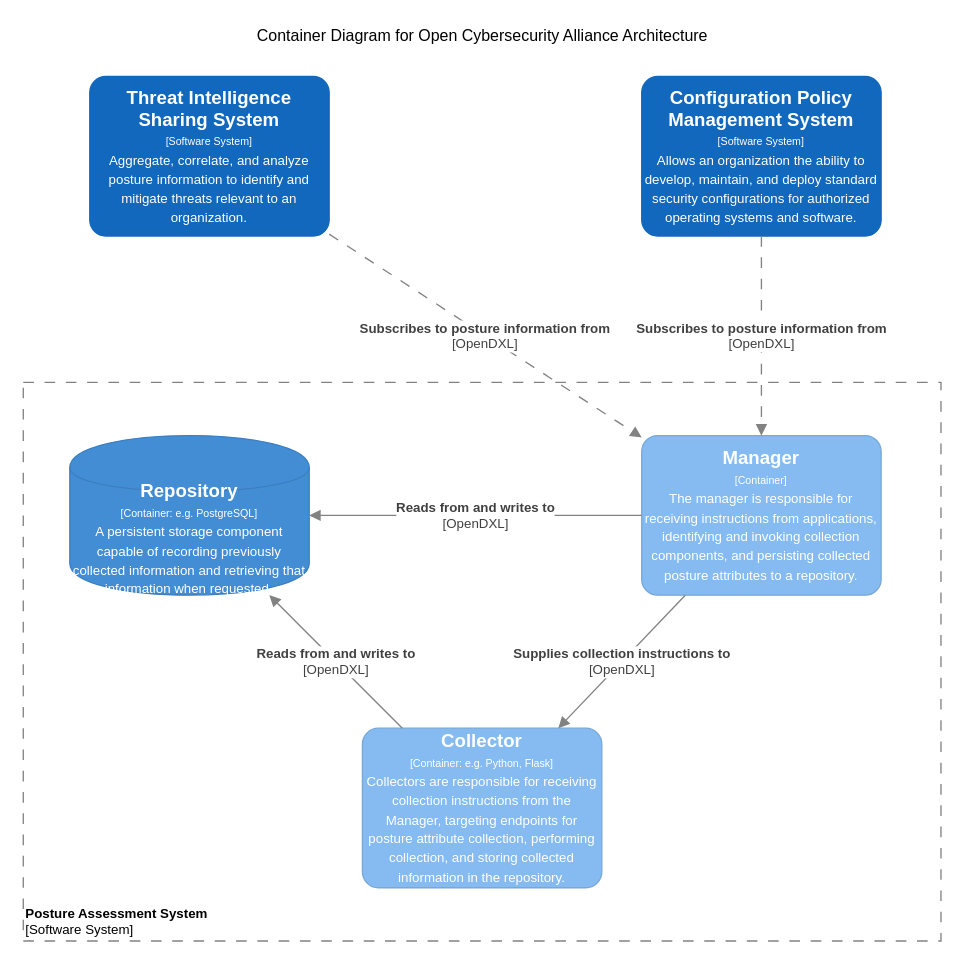
Earlier version of the draw.io diagram Architecture Documents/scap-container.drawio (opencybersecurityalliance/documentation). Source tidied: cells renumbered, new cells numbered last; positions are measured from the earlier drawing's top-left corner, leaving out a move shared by most shapes. Both pictures are drawn from the tidied source at 133%, with x=0, y=0 at pixel (23, 23).
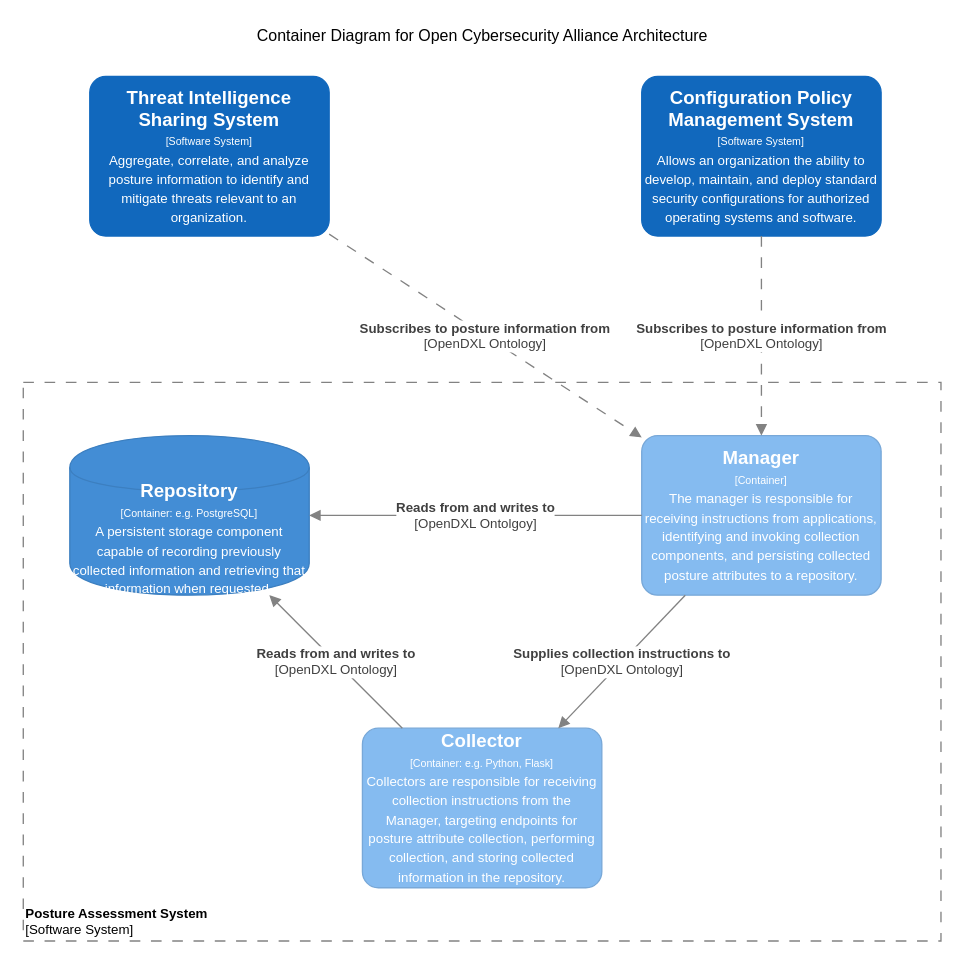
The same diagram, later.

Commit message (it also covers changes not shown here):
OpenDXL to OpenDXL Ontology

Change to the diagram source:
```diff
@@
 <mxGraphModel>
   <root>
     <mxCell id="0" />
     <mxCell id="1" parent="0" />
     <mxCell id="2" value="&lt;font style=&quot;font-size: 10px&quot;&gt;&lt;b&gt;Posture Assessment System&lt;/b&gt;&lt;br style=&quot;font-size: 10px&quot;&gt;[Software System]&lt;/font&gt;" style="rounded=0;whiteSpace=wrap;html=1;strokeColor=#828282;fillColor=none;fontColor=#000000;align=left;labelPosition=center;verticalLabelPosition=middle;verticalAlign=bottom;dashed=1;strokeWidth=1;perimeterSpacing=0;spacing=2;spacingTop=0;fontSize=10;dashPattern=8 8;" parent="1" vertex="1">
       <mxGeometry y="270" width="690" height="420" as="geometry" />
     </mxCell>
     <mxCell id="3" value="&lt;div&gt;&lt;span style=&quot;font-size: 14px&quot;&gt;&lt;b&gt;Manager&lt;/b&gt;&lt;/span&gt;&lt;/div&gt;&lt;div&gt;&lt;span style=&quot;font-size: 8px&quot;&gt;[Container]&lt;/span&gt;&lt;/div&gt;&lt;div&gt;&lt;font size=&quot;1&quot;&gt;The manager is responsible for receiving instructions from applications, identifying and invoking collection components, and persisting collected posture attributes to a repository.&lt;/font&gt;&lt;/div&gt;" style="rounded=1;whiteSpace=wrap;html=1;fillColor=#85BBF0;fontColor=#ffffff;strokeColor=#78A8D8;arcSize=10;" parent="1" vertex="1">
       <mxGeometry x="465" y="310" width="180" height="120" as="geometry" />
     </mxCell>
     <object id="4" label="&lt;div&gt;&lt;span style=&quot;font-size: 14px&quot;&gt;&lt;b&gt;Collector&lt;/b&gt;&lt;/span&gt;&lt;/div&gt;&lt;div&gt;&lt;span style=&quot;font-size: 8px&quot;&gt;[Container: %technology%]&lt;/span&gt;&lt;br&gt;&lt;/div&gt;&lt;div&gt;&lt;span style=&quot;font-size: x-small&quot;&gt;Collectors are responsible for receiving collection instructions from the Manager, targeting endpoints for posture attribute collection, performing collection, and storing collected information in the repository.&lt;/span&gt;&lt;br&gt;&lt;/div&gt;" placeholders="1" technology="e.g. Python, Flask">
       <mxCell style="rounded=1;whiteSpace=wrap;html=1;fillColor=#85BBF0;fontColor=#ffffff;strokeColor=#78A8D8;arcSize=10;" parent="1" vertex="1">
         <mxGeometry x="255" y="530" width="180" height="120" as="geometry" />
       </mxCell>
     </object>
     <object id="5" label="&lt;div style=&quot;color: rgb(255 , 255 , 255) ; white-space: normal&quot;&gt;&lt;span style=&quot;font-size: 14px&quot;&gt;&lt;b&gt;Repository&lt;/b&gt;&lt;/span&gt;&lt;/div&gt;&lt;div style=&quot;color: rgb(255 , 255 , 255) ; white-space: normal&quot;&gt;&lt;span style=&quot;font-size: 8px&quot;&gt;[Container: %technology%]&lt;/span&gt;&lt;/div&gt;&lt;div style=&quot;color: rgb(255 , 255 , 255) ; white-space: normal&quot;&gt;&lt;font style=&quot;font-size: 10px&quot;&gt;A persistent storage component capable of recording previously collected information and retrieving that information when requested&lt;/font&gt;&lt;span style=&quot;font-size: 11px&quot;&gt;.&lt;/span&gt;&lt;/div&gt;" placeholders="1" technology="e.g. PostgreSQL">
       <mxCell style="shape=cylinder;whiteSpace=wrap;html=1;boundedLbl=1;backgroundOutline=1;strokeColor=#3C7FC0;fillColor=#438DD5;fontSize=12;fontColor=#ffffff;align=center;rounded=0;" parent="1" vertex="1">
         <mxGeometry x="35" y="310" width="180" height="120" as="geometry" />
       </mxCell>
     </object>
-    <mxCell id="6" value="&lt;span style=&quot;font-size: 10px&quot;&gt;&lt;b&gt;Supplies collection instructions to&lt;br&gt;&lt;/b&gt;[OpenDXL]&lt;br&gt;&lt;/span&gt;" style="endArrow=block;html=1;fontSize=10;fontColor=#404040;strokeWidth=1;endFill=1;strokeColor=#828282;elbow=vertical;" parent="1" edge="1" source="3" target="4">
+    <mxCell id="6" value="&lt;span style=&quot;font-size: 10px&quot;&gt;&lt;b&gt;Supplies collection instructions to&lt;br&gt;&lt;/b&gt;[OpenDXL Ontology]&lt;br&gt;&lt;/span&gt;" style="endArrow=block;html=1;fontSize=10;fontColor=#404040;strokeWidth=1;endFill=1;strokeColor=#828282;elbow=vertical;" parent="1" edge="1" source="3" target="4">
       <mxGeometry relative="1" as="geometry" />
     </mxCell>
-    <mxCell id="7" value="&lt;span style=&quot;font-size: 10px&quot;&gt;&lt;b&gt;Reads from and writes to&lt;br&gt;&lt;/b&gt;[OpenDXL]&lt;br&gt;&lt;/span&gt;" style="endArrow=block;html=1;fontSize=10;fontColor=#404040;strokeWidth=1;endFill=1;strokeColor=#828282;elbow=vertical;" parent="1" edge="1" source="4" target="5">
+    <mxCell id="7" value="&lt;span style=&quot;font-size: 10px&quot;&gt;&lt;b&gt;Reads from and writes to&lt;br&gt;&lt;/b&gt;[OpenDXL Ontology]&lt;br&gt;&lt;/span&gt;" style="endArrow=block;html=1;fontSize=10;fontColor=#404040;strokeWidth=1;endFill=1;strokeColor=#828282;elbow=vertical;" parent="1" edge="1" source="4" target="5">
       <mxGeometry relative="1" as="geometry" />
     </mxCell>
-    <mxCell id="8" value="&lt;span style=&quot;font-size: 10px&quot;&gt;&lt;b&gt;Reads from and writes to&lt;/b&gt;&lt;br&gt;[OpenDXL]&lt;br&gt;&lt;/span&gt;" style="endArrow=block;html=1;fontSize=10;fontColor=#404040;strokeWidth=1;endFill=1;strokeColor=#828282;elbow=vertical;entryX=1;entryY=0.5;entryDx=0;entryDy=0;" parent="1" edge="1" source="3" target="5">
+    <mxCell id="8" value="&lt;span style=&quot;font-size: 10px&quot;&gt;&lt;b&gt;Reads from and writes to&lt;/b&gt;&lt;br&gt;[OpenDXL Ontolgoy]&lt;br&gt;&lt;/span&gt;" style="endArrow=block;html=1;fontSize=10;fontColor=#404040;strokeWidth=1;endFill=1;strokeColor=#828282;elbow=vertical;entryX=1;entryY=0.5;entryDx=0;entryDy=0;" parent="1" edge="1" source="3" target="5">
       <mxGeometry relative="1" as="geometry" />
     </mxCell>
     <mxCell id="9" value="&lt;div&gt;&lt;span style=&quot;font-size: 14px&quot;&gt;&lt;b&gt;Threat Intelligence Sharing System&lt;/b&gt;&lt;/span&gt;&lt;/div&gt;&lt;div&gt;&lt;span style=&quot;font-size: 8px&quot;&gt;[Software System]&lt;/span&gt;&lt;/div&gt;&lt;div&gt;&lt;font style=&quot;font-size: 10px&quot;&gt;Aggregate, correlate, and analyze posture information to identify and mitigate threats relevant to an organization.&lt;/font&gt;&lt;br&gt;&lt;/div&gt;" style="rounded=1;whiteSpace=wrap;html=1;fillColor=#1168BD;fontColor=#ffffff;strokeColor=#1168BD;arcSize=10;" parent="1" vertex="1">
       <mxGeometry x="50" y="40" width="180" height="120" as="geometry" />
     </mxCell>
-    <mxCell id="10" value="&lt;b&gt;Subscribes to posture information from&lt;/b&gt;&lt;br style=&quot;font-size: 10px&quot;&gt;[OpenDXL]" style="endArrow=block;html=1;fontSize=10;fontColor=#404040;strokeWidth=1;endFill=1;dashed=1;dashPattern=8 8;strokeColor=#828282;elbow=vertical;" parent="1" edge="1" source="9" target="3">
+    <mxCell id="10" value="&lt;b&gt;Subscribes to posture information from&lt;/b&gt;&lt;br style=&quot;font-size: 10px&quot;&gt;[OpenDXL Ontology]" style="endArrow=block;html=1;fontSize=10;fontColor=#404040;strokeWidth=1;endFill=1;dashed=1;dashPattern=8 8;strokeColor=#828282;elbow=vertical;" parent="1" edge="1" source="9" target="3">
       <mxGeometry relative="1" as="geometry" />
     </mxCell>
     <mxCell id="11" value="&lt;div&gt;&lt;span style=&quot;font-size: 14px&quot;&gt;&lt;b&gt;Configuration Policy Management System&lt;/b&gt;&lt;/span&gt;&lt;/div&gt;&lt;div&gt;&lt;span style=&quot;font-size: 8px&quot;&gt;[Software System]&lt;/span&gt;&lt;/div&gt;&lt;div&gt;&lt;span style=&quot;font-size: x-small&quot;&gt;Allows an organization the ability to develop, maintain, and deploy standard security configurations for authorized operating systems and software.&lt;/span&gt;&lt;br&gt;&lt;/div&gt;" style="rounded=1;whiteSpace=wrap;html=1;fillColor=#1168BD;fontColor=#ffffff;strokeColor=#1168BD;arcSize=10;" parent="1" vertex="1">
       <mxGeometry x="465" y="40" width="180" height="120" as="geometry" />
     </mxCell>
-    <mxCell id="12" value="&lt;b&gt;Subscribes to posture information from&lt;/b&gt;&lt;br style=&quot;font-size: 10px&quot;&gt;[OpenDXL]" style="endArrow=block;html=1;fontSize=10;fontColor=#404040;strokeWidth=1;endFill=1;dashed=1;dashPattern=8 8;strokeColor=#828282;elbow=vertical;" parent="1" edge="1" source="11" target="3">
+    <mxCell id="12" value="&lt;b&gt;Subscribes to posture information from&lt;/b&gt;&lt;br style=&quot;font-size: 10px&quot;&gt;[OpenDXL Ontology]" style="endArrow=block;html=1;fontSize=10;fontColor=#404040;strokeWidth=1;endFill=1;dashed=1;dashPattern=8 8;strokeColor=#828282;elbow=vertical;" parent="1" edge="1" source="11" target="3">
       <mxGeometry relative="1" as="geometry" />
     </mxCell>
     <mxCell id="13" value="Container Diagram for Open Cybersecurity Alliance Architecture" style="text;html=1;align=center;verticalAlign=middle;" parent="1" vertex="1">
       <mxGeometry x="170" width="350" height="20" as="geometry" />
     </mxCell>
   </root>
 </mxGraphModel>
```
